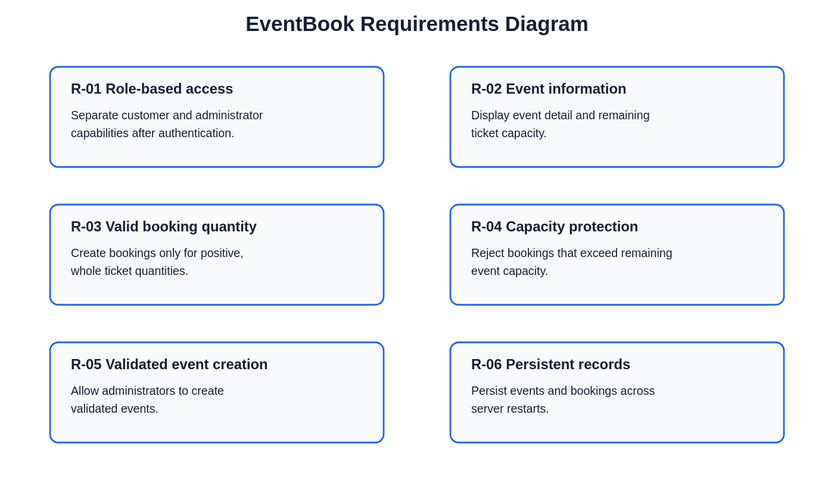
This is docs/diagrams/requirements.svg from likhitrajdundigal/event-ticket-booking-system, a PlantUML export, as it was before one commit. Its source is kept beside it as docs/requirements.puml. Its diagram source:
```plantuml
@startuml
left to right direction
package "EventBook requirements" {
  requirement R01 { id = R-01 text = "Separate customer and administrator capabilities after authentication." }
  requirement R02 { id = R-02 text = "Display event details and remaining ticket capacity." }
  requirement R03 { id = R-03 text = "Create a booking for a positive whole ticket quantity." }
  requirement R04 { id = R-04 text = "Reject bookings exceeding event capacity." }
  requirement R05 { id = R-05 text = "Allow administrators to create a validated event." }
  requirement R06 { id = R-06 text = "Persist events and bookings." }
}
@enduml
```
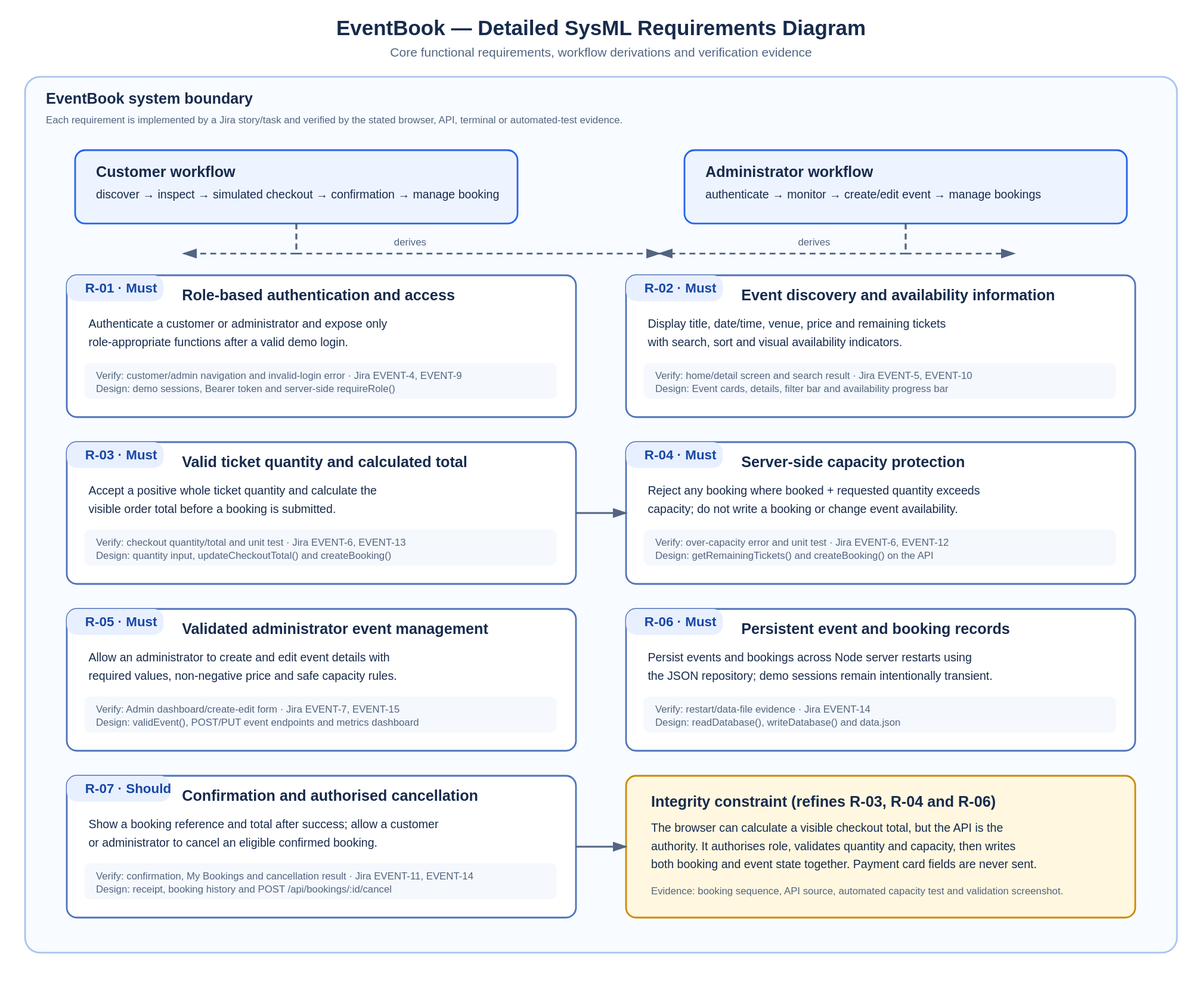
The same diagram one commit later.

Change to the diagram source:
```diff
@@ -1,11 +1,73 @@
 @startuml
-left to right direction
-package "EventBook requirements" {
-  requirement R01 { id = R-01 text = "Separate customer and administrator capabilities after authentication." }
-  requirement R02 { id = R-02 text = "Display event details and remaining ticket capacity." }
-  requirement R03 { id = R-03 text = "Create a booking for a positive whole ticket quantity." }
-  requirement R04 { id = R-04 text = "Reject bookings exceeding event capacity." }
-  requirement R05 { id = R-05 text = "Allow administrators to create a validated event." }
-  requirement R06 { id = R-06 text = "Persist events and bookings." }
+title EventBook — SysML Requirements Diagram
+top to bottom direction
+skinparam shadowing false
+skinparam linetype ortho
+
+package "EventBook system boundary" {
+  requirement R01 {
+    id = R-01
+    text = "Authenticate customer/admin and expose role-appropriate actions."
+    verifyMethod = "Manual login and authorisation test"
+  }
+  requirement R02 {
+    id = R-02
+    text = "Display event metadata, ticket price and remaining capacity."
+    verifyMethod = "Home/detail screen inspection"
+  }
+  requirement R03 {
+    id = R-03
+    text = "Accept only positive whole ticket quantities and calculate total."
+    verifyMethod = "Checkout and unit tests"
+  }
+  requirement R04 {
+    id = R-04
+    text = "Reject bookings exceeding remaining capacity at the server."
+    verifyMethod = "Over-capacity API/unit test"
+  }
+  requirement R05 {
+    id = R-05
+    text = "Allow an administrator to create and edit validated events."
+    verifyMethod = "Admin form/manual test"
+  }
+  requirement R06 {
+    id = R-06
+    text = "Persist event and booking records in the JSON repository."
+    verifyMethod = "Restart/persistence test"
+  }
+  requirement R07 {
+    id = R-07
+    text = "Confirm bookings and allow authorised cancellation."
+    verifyMethod = "Confirmation/cancellation test"
+  }
 }
+
+requirement "Customer journey" as CustomerJourney {
+  text = "discover → inspect → checkout → confirm → manage booking"
+}
+requirement "Administrator journey" as AdminJourney {
+  text = "authenticate → monitor → create/edit → manage bookings"
+}
+requirement "Integrity constraint" as Integrity {
+  text = "Role, quantity and capacity validation occur before persistence."
+}
+
+CustomerJourney -derives-> R01
+CustomerJourney -derives-> R02
+CustomerJourney -derives-> R03
+CustomerJourney -derives-> R04
+CustomerJourney -derives-> R06
+CustomerJourney -derives-> R07
+AdminJourney -derives-> R01
+AdminJourney -derives-> R05
+AdminJourney -derives-> R06
+AdminJourney -derives-> R07
+Integrity -refines-> R03
+Integrity -refines-> R04
+Integrity -refines-> R06
+
+note bottom of R04
+Client totals are informative only.
+The API is the authority for capacity.
+end note
 @enduml
```
